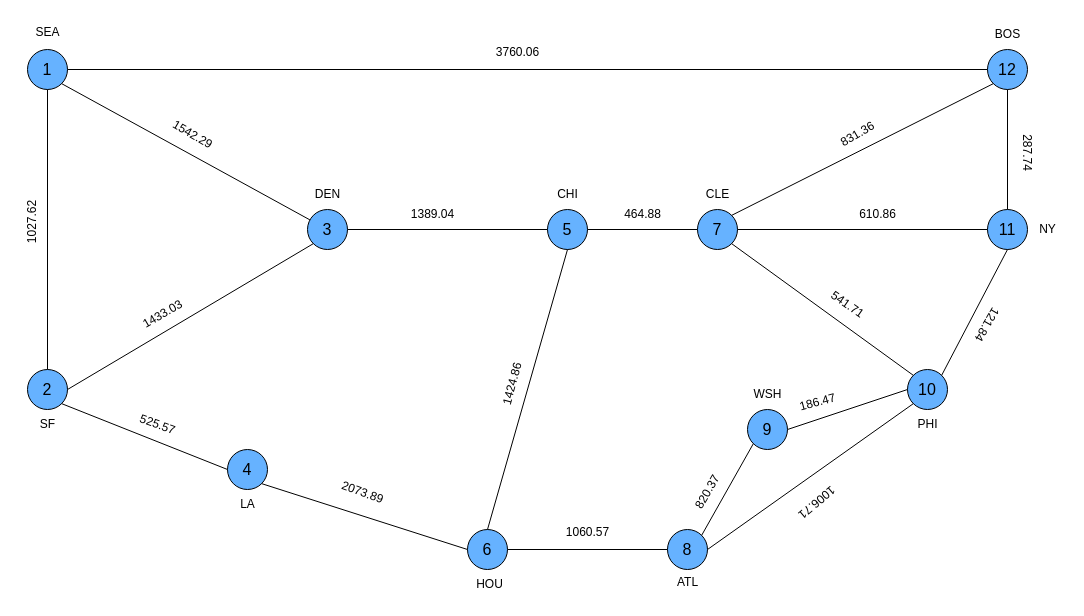
This is NetworkDiagram.drawio from YosefGuevara012/High-Speed-Networks---IST, a draw.io file, before an edit. Source tidied: cells renumbered, new cells numbered last; positions are measured from the earlier drawing's top-left corner, leaving out a move shared by most shapes. Both pictures are drawn from the tidied source at 100%, with x=0, y=0 at pixel (-3, 17).
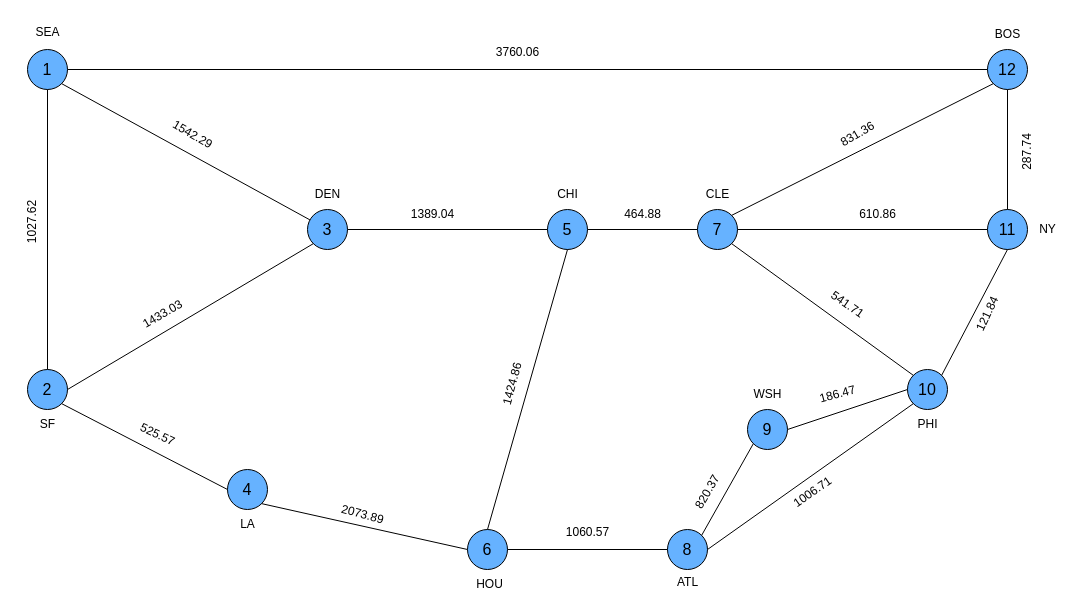
Above is the later version.

The change refers to these unchanged cells:
```xml
<mxCell id="3" value="2" style="ellipse;whiteSpace=wrap;html=1;fontSize=16;fillColor=#66B2FF;" parent="1" vertex="1">
  <mxGeometry x="30" y="352" width="40" height="40" as="geometry" />
</mxCell>
<mxCell id="7" value="6" style="ellipse;whiteSpace=wrap;html=1;fontSize=16;fillColor=#66B2FF;" parent="1" vertex="1">
  <mxGeometry x="470" y="512" width="40" height="40" as="geometry" />
</mxCell>
```

Change to the diagram source:
```diff
@@
     <mxCell id="5" value="4" style="ellipse;whiteSpace=wrap;html=1;fontSize=16;fillColor=#66B2FF;" parent="1" vertex="1">
-      <mxGeometry x="230" y="432" width="40" height="40" as="geometry" />
+      <mxGeometry x="230" y="452" width="40" height="40" as="geometry" />
     </mxCell>
@@
-    <mxCell id="19" style="endArrow=none;html=1;rounded=0;exitX=1;exitY=1;exitDx=0;exitDy=0;entryX=0;entryY=0.5;entryDx=0;entryDy=0;" parent="1" edge="1" source="3" target="5">
-      <mxGeometry relative="1" as="geometry" />
+    <mxCell id="19" style="endArrow=none;html=1;rounded=0;exitX=1;exitY=1;exitDx=0;exitDy=0;" parent="1" edge="1" source="3">
+      <mxGeometry relative="1" as="geometry">
+        <mxPoint x="230" y="472" as="targetPoint" />
+      </mxGeometry>
     </mxCell>
-    <mxCell id="20" style="endArrow=none;html=1;rounded=0;exitX=0;exitY=0.5;exitDx=0;exitDy=0;entryX=1;entryY=1;entryDx=0;entryDy=0;" parent="1" edge="1" source="7" target="5">
-      <mxGeometry relative="1" as="geometry" />
-    </mxCell>
@@
     <mxCell id="34" value="LA" style="text;html=1;align=center;verticalAlign=middle;strokeColor=none;fillColor=none;" parent="1" vertex="1">
-      <mxGeometry x="230" y="472" width="40" height="30" as="geometry" />
+      <mxGeometry x="230" y="492" width="40" height="30" as="geometry" />
     </mxCell>
@@
-    <mxCell id="48" value="525.57" style="text;html=1;align=center;verticalAlign=middle;strokeColor=none;fillColor=none;rotation=20;" parent="1" vertex="1">
-      <mxGeometry x="130" y="392" width="60" height="30" as="geometry" />
+    <mxCell id="48" value="525.57" style="text;html=1;align=center;verticalAlign=middle;strokeColor=none;fillColor=none;rotation=25;" parent="1" vertex="1">
+      <mxGeometry x="130" y="402" width="60" height="30" as="geometry" />
     </mxCell>
@@
-    <mxCell id="50" value="2073.89" style="text;html=1;align=center;verticalAlign=middle;strokeColor=none;fillColor=none;rotation=20;" parent="1" vertex="1">
-      <mxGeometry x="330" y="460" width="70" height="30" as="geometry" />
+    <mxCell id="50" value="2073.89" style="text;html=1;align=center;verticalAlign=middle;strokeColor=none;fillColor=none;rotation=15;" parent="1" vertex="1">
+      <mxGeometry x="330" y="482" width="70" height="30" as="geometry" />
     </mxCell>
@@
-    <mxCell id="57" value="287.74" style="text;html=1;align=center;verticalAlign=middle;strokeColor=none;fillColor=none;rotation=90;" parent="1" vertex="1">
+    <mxCell id="57" value="287.74" style="text;html=1;align=center;verticalAlign=middle;strokeColor=none;fillColor=none;rotation=-90;" parent="1" vertex="1">
       <mxGeometry x="1000" y="120" width="60" height="30" as="geometry" />
     </mxCell>
-    <mxCell id="58" value="121.84" style="text;html=1;align=center;verticalAlign=middle;strokeColor=none;fillColor=none;rotation=-240;" parent="1" vertex="1">
-      <mxGeometry x="960" y="292" width="60" height="30" as="geometry" />
+    <mxCell id="58" value="121.84" style="text;html=1;align=center;verticalAlign=middle;strokeColor=none;fillColor=none;rotation=-65;" parent="1" vertex="1">
+      <mxGeometry x="960" y="282" width="60" height="30" as="geometry" />
     </mxCell>
     <mxCell id="59" value="186.47" style="text;html=1;align=center;verticalAlign=middle;strokeColor=none;fillColor=none;rotation=-15;" parent="1" vertex="1">
-      <mxGeometry x="790" y="370" width="60" height="30" as="geometry" />
+      <mxGeometry x="810" y="362" width="60" height="30" as="geometry" />
     </mxCell>
@@
-    <mxCell id="61" value="1006.71" style="text;html=1;align=center;verticalAlign=middle;strokeColor=none;fillColor=none;rotation=-220;" parent="1" vertex="1">
-      <mxGeometry x="785" y="470" width="70" height="30" as="geometry" />
+    <mxCell id="61" value="1006.71" style="text;html=1;align=center;verticalAlign=middle;strokeColor=none;fillColor=none;rotation=-35;" parent="1" vertex="1">
+      <mxGeometry x="780" y="460" width="70" height="30" as="geometry" />
     </mxCell>
+    <mxCell id="20" style="endArrow=none;html=1;rounded=0;entryX=1;entryY=1;entryDx=0;entryDy=0;exitX=0;exitY=0.5;exitDx=0;exitDy=0;" parent="1" edge="1" source="7" target="5">
+      <mxGeometry relative="1" as="geometry" />
+    </mxCell>
```
